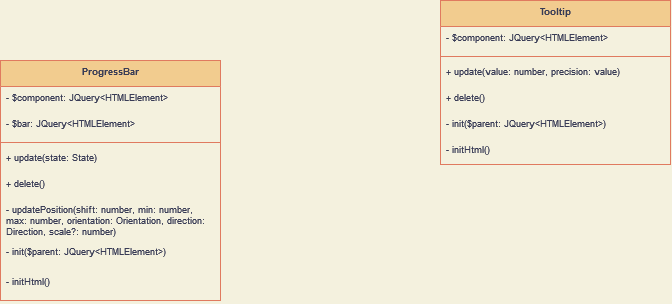
The draw.io diagram uml/uml.png in Riemelt/justSlider, before a commit. Source tidied: cells renumbered, new cells last; positions are measured from the earlier drawing's top-left corner, leaving out a move shared by most shapes.
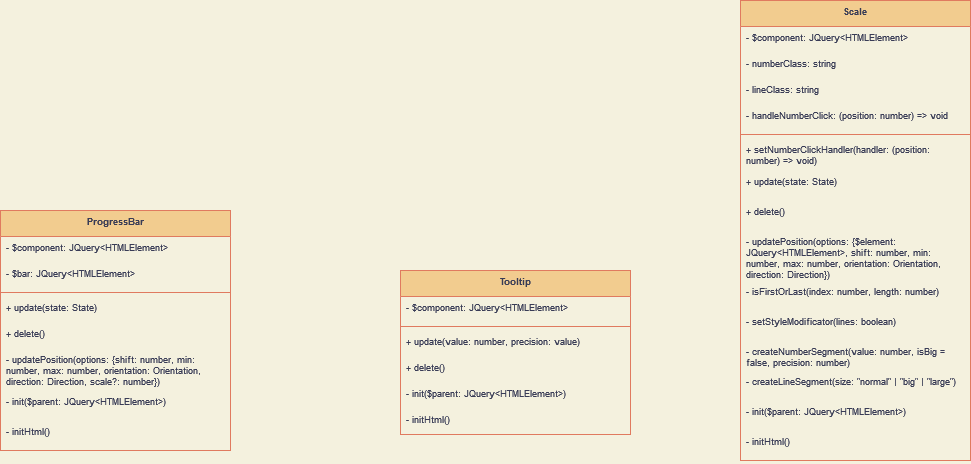
The same diagram one commit later.

Commit message:
UML: add scale

What changed in the source:
```diff
@@ -3,7 +3,7 @@
     <mxCell id="0" />
     <mxCell id="1" parent="0" />
     <mxCell id="2" value="Tooltip" style="swimlane;fontStyle=1;align=center;verticalAlign=top;horizontal=1;startSize=26;glass=0;sketch=0;fontSize=9;fillColor=#F2CC8F;strokeColor=#E07A5F;fontColor=#393C56;" parent="1" vertex="1">
-      <mxGeometry x="440" width="230" height="164" as="geometry" />
+      <mxGeometry x="400" y="120" width="230" height="164" as="geometry" />
     </mxCell>
     <mxCell id="3" value="- $component: JQuery&amp;lt;HTMLElement&amp;gt;" style="text;strokeColor=none;fillColor=none;align=left;verticalAlign=top;spacingLeft=4;spacingRight=4;overflow=hidden;glass=0;sketch=0;fontSize=9;html=1;fontColor=#393C56;" parent="2" vertex="1">
       <mxGeometry y="26" width="230" height="26" as="geometry" />
@@ -24,31 +24,79 @@
       <mxGeometry y="138" width="230" height="26" as="geometry" />
     </mxCell>
     <mxCell id="9" value="ProgressBar" style="swimlane;fontStyle=1;align=center;verticalAlign=top;horizontal=1;startSize=26;strokeColor=#E07A5F;fontSize=9;fontColor=#393C56;fillColor=#F2CC8F;" parent="1" vertex="1">
-      <mxGeometry y="60" width="220" height="240" as="geometry" />
+      <mxGeometry y="60" width="230" height="240" as="geometry" />
     </mxCell>
     <mxCell id="10" value="- $component: JQuery&lt;HTMLElement&gt;" style="text;strokeColor=none;fillColor=none;align=left;verticalAlign=top;spacingLeft=4;spacingRight=4;overflow=hidden;fontSize=9;fontColor=#393C56;" parent="9" vertex="1">
-      <mxGeometry y="26" width="220" height="26" as="geometry" />
+      <mxGeometry y="26" width="230" height="26" as="geometry" />
     </mxCell>
     <mxCell id="11" value="- $bar: JQuery&lt;HTMLElement&gt;" style="text;strokeColor=none;fillColor=none;align=left;verticalAlign=top;spacingLeft=4;spacingRight=4;overflow=hidden;fontSize=9;fontColor=#393C56;" parent="9" vertex="1">
-      <mxGeometry y="52" width="220" height="26" as="geometry" />
+      <mxGeometry y="52" width="230" height="26" as="geometry" />
     </mxCell>
     <mxCell id="12" style="line;strokeWidth=1;fillColor=none;align=left;verticalAlign=middle;spacingTop=-1;spacingLeft=3;spacingRight=3;labelPosition=right;strokeColor=inherit;fontSize=9;fontColor=#393C56;" parent="9" vertex="1">
-      <mxGeometry y="78" width="220" height="8" as="geometry" />
+      <mxGeometry y="78" width="230" height="8" as="geometry" />
     </mxCell>
     <mxCell id="13" value="+ update(state: State)" style="text;strokeColor=none;fillColor=none;align=left;verticalAlign=top;spacingLeft=4;spacingRight=4;overflow=hidden;fontSize=9;fontColor=#393C56;" parent="9" vertex="1">
-      <mxGeometry y="86" width="220" height="26" as="geometry" />
+      <mxGeometry y="86" width="230" height="26" as="geometry" />
     </mxCell>
     <mxCell id="14" value="+ delete()" style="text;strokeColor=none;fillColor=none;align=left;verticalAlign=top;spacingLeft=4;spacingRight=4;overflow=hidden;fontSize=9;fontColor=#393C56;" parent="9" vertex="1">
-      <mxGeometry y="112" width="220" height="26" as="geometry" />
+      <mxGeometry y="112" width="230" height="26" as="geometry" />
     </mxCell>
-    <mxCell id="15" value="- updatePosition(shift: number, min: number, max: number, orientation: Orientation, direction: Direction, scale?: number)" style="text;strokeColor=none;fillColor=none;align=left;verticalAlign=top;spacingLeft=4;spacingRight=4;overflow=hidden;fontSize=9;fontColor=#393C56;whiteSpace=wrap;" parent="9" vertex="1">
-      <mxGeometry y="138" width="220" height="42" as="geometry" />
+    <mxCell id="15" value="- updatePosition(options: {shift: number, min: number, max: number, orientation: Orientation, direction: Direction, scale?: number})" style="text;strokeColor=none;fillColor=none;align=left;verticalAlign=top;spacingLeft=4;spacingRight=4;overflow=hidden;fontSize=9;fontColor=#393C56;whiteSpace=wrap;" parent="9" vertex="1">
+      <mxGeometry y="138" width="230" height="42" as="geometry" />
     </mxCell>
     <mxCell id="16" value="- init($parent: JQuery&lt;HTMLElement&gt;)" style="text;strokeColor=none;fillColor=none;align=left;verticalAlign=top;spacingLeft=4;spacingRight=4;overflow=hidden;fontSize=9;fontColor=#393C56;whiteSpace=wrap;" parent="9" vertex="1">
-      <mxGeometry y="180" width="220" height="30" as="geometry" />
+      <mxGeometry y="180" width="230" height="30" as="geometry" />
     </mxCell>
     <mxCell id="17" value="- initHtml()" style="text;strokeColor=none;fillColor=none;align=left;verticalAlign=top;spacingLeft=4;spacingRight=4;overflow=hidden;fontSize=9;fontColor=#393C56;whiteSpace=wrap;" parent="9" vertex="1">
-      <mxGeometry y="210" width="220" height="30" as="geometry" />
+      <mxGeometry y="210" width="230" height="30" as="geometry" />
     </mxCell>
+    <mxCell id="18" value="Scale" style="swimlane;fontStyle=1;align=center;verticalAlign=top;horizontal=1;startSize=26;strokeColor=#E07A5F;fontSize=9;fontColor=#393C56;fillColor=#F2CC8F;" parent="1" vertex="1">
+      <mxGeometry x="740" y="-150" width="230" height="460" as="geometry" />
+    </mxCell>
+    <mxCell id="19" value="- $component: JQuery&lt;HTMLElement&gt;" style="text;strokeColor=none;fillColor=none;align=left;verticalAlign=top;spacingLeft=4;spacingRight=4;overflow=hidden;fontSize=9;fontColor=#393C56;" parent="18" vertex="1">
+      <mxGeometry y="26" width="230" height="26" as="geometry" />
+    </mxCell>
+    <mxCell id="20" value="- numberClass: string" style="text;strokeColor=none;fillColor=none;align=left;verticalAlign=top;spacingLeft=4;spacingRight=4;overflow=hidden;fontSize=9;fontColor=#393C56;" parent="18" vertex="1">
+      <mxGeometry y="52" width="230" height="26" as="geometry" />
+    </mxCell>
+    <mxCell id="21" value="- lineClass: string" style="text;strokeColor=none;fillColor=none;align=left;verticalAlign=top;spacingLeft=4;spacingRight=4;overflow=hidden;fontSize=9;fontColor=#393C56;" parent="18" vertex="1">
+      <mxGeometry y="78" width="230" height="26" as="geometry" />
+    </mxCell>
+    <mxCell id="22" value="- handleNumberClick: (position: number) =&gt; void" style="text;strokeColor=none;fillColor=none;align=left;verticalAlign=top;spacingLeft=4;spacingRight=4;overflow=hidden;fontSize=9;fontColor=#393C56;" parent="18" vertex="1">
+      <mxGeometry y="104" width="230" height="26" as="geometry" />
+    </mxCell>
+    <mxCell id="23" style="line;strokeWidth=1;fillColor=none;align=left;verticalAlign=middle;spacingTop=-1;spacingLeft=3;spacingRight=3;labelPosition=right;strokeColor=inherit;fontSize=9;fontColor=#393C56;" parent="18" vertex="1">
+      <mxGeometry y="130" width="230" height="8" as="geometry" />
+    </mxCell>
+    <mxCell id="24" value="+ setNumberClickHandler(handler: (position: number) =&gt; void)" style="text;strokeColor=none;fillColor=none;align=left;verticalAlign=top;spacingLeft=4;spacingRight=4;overflow=hidden;fontSize=9;fontColor=#393C56;whiteSpace=wrap;" parent="18" vertex="1">
+      <mxGeometry y="138" width="230" height="32" as="geometry" />
+    </mxCell>
+    <mxCell id="25" value="+ update(state: State)" style="text;strokeColor=none;fillColor=none;align=left;verticalAlign=top;spacingLeft=4;spacingRight=4;overflow=hidden;fontSize=9;fontColor=#393C56;whiteSpace=wrap;" parent="18" vertex="1">
+      <mxGeometry y="170" width="230" height="30" as="geometry" />
+    </mxCell>
+    <mxCell id="26" value="+ delete()" style="text;strokeColor=none;fillColor=none;align=left;verticalAlign=top;spacingLeft=4;spacingRight=4;overflow=hidden;fontSize=9;fontColor=#393C56;whiteSpace=wrap;" parent="18" vertex="1">
+      <mxGeometry y="200" width="230" height="30" as="geometry" />
+    </mxCell>
+    <mxCell id="27" value="- updatePosition(options: {$element: JQuery&lt;HTMLElement&gt;, shift: number, min: number, max: number, orientation: Orientation, direction: Direction})" style="text;strokeColor=none;fillColor=none;align=left;verticalAlign=top;spacingLeft=4;spacingRight=4;overflow=hidden;fontSize=9;fontColor=#393C56;whiteSpace=wrap;" parent="18" vertex="1">
+      <mxGeometry y="230" width="230" height="50" as="geometry" />
+    </mxCell>
+    <mxCell id="28" value="- isFirstOrLast(index: number, length: number)" style="text;strokeColor=none;fillColor=none;align=left;verticalAlign=top;spacingLeft=4;spacingRight=4;overflow=hidden;fontSize=9;fontColor=#393C56;whiteSpace=wrap;" parent="18" vertex="1">
+      <mxGeometry y="280" width="230" height="30" as="geometry" />
+    </mxCell>
+    <mxCell id="29" value="- setStyleModificator(lines: boolean)" style="text;strokeColor=none;fillColor=none;align=left;verticalAlign=top;spacingLeft=4;spacingRight=4;overflow=hidden;fontSize=9;fontColor=#393C56;whiteSpace=wrap;" parent="18" vertex="1">
+      <mxGeometry y="310" width="230" height="30" as="geometry" />
+    </mxCell>
+    <mxCell id="30" value="- createNumberSegment(value: number, isBig = false, precision: number)" style="text;strokeColor=none;fillColor=none;align=left;verticalAlign=top;spacingLeft=4;spacingRight=4;overflow=hidden;fontSize=9;fontColor=#393C56;whiteSpace=wrap;" parent="18" vertex="1">
+      <mxGeometry y="340" width="230" height="30" as="geometry" />
+    </mxCell>
+    <mxCell id="31" value="- createLineSegment(size: &quot;normal&quot; | &quot;big&quot; | &quot;large&quot;)" style="text;strokeColor=none;fillColor=none;align=left;verticalAlign=top;spacingLeft=4;spacingRight=4;overflow=hidden;fontSize=9;fontColor=#393C56;whiteSpace=wrap;" parent="18" vertex="1">
+      <mxGeometry y="370" width="230" height="30" as="geometry" />
+    </mxCell>
+    <mxCell id="32" value="- init($parent: JQuery&lt;HTMLElement&gt;)" style="text;strokeColor=none;fillColor=none;align=left;verticalAlign=top;spacingLeft=4;spacingRight=4;overflow=hidden;fontSize=9;fontColor=#393C56;whiteSpace=wrap;" parent="18" vertex="1">
+      <mxGeometry y="400" width="230" height="30" as="geometry" />
+    </mxCell>
+    <mxCell id="33" value="- initHtml()" style="text;strokeColor=none;fillColor=none;align=left;verticalAlign=top;spacingLeft=4;spacingRight=4;overflow=hidden;fontSize=9;fontColor=#393C56;whiteSpace=wrap;" parent="18" vertex="1">
+      <mxGeometry y="430" width="230" height="30" as="geometry" />
+    </mxCell>
   </root>
 </mxGraphModel>
```
